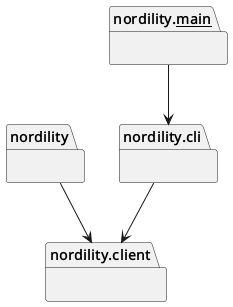
Before: docs/diagrams/python-packages.puml.png, a diagram exported from PlantUML (casonk/nordility).
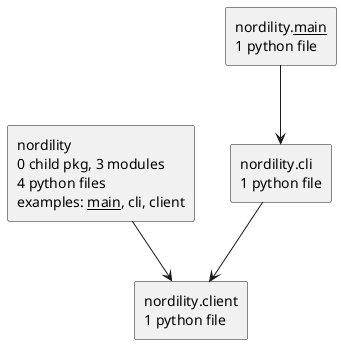
Above is the later version.

Commit message:
docs: refresh python sidecar diagrams

Diff of the diagram source:
```diff
@@ -1,13 +1,11 @@
 @startuml packages_nordility
 set namespaceSeparator none
-package "nordility" as nordility {
-}
-package "nordility.__main__" as nordility.__main__ {
-}
-package "nordility.cli" as nordility.cli {
-}
-package "nordility.client" as nordility.client {
-}
+top to bottom direction
+skinparam componentStyle rectangle
+rectangle "nordility\n0 child pkg, 3 modules\n4 python files\nexamples: __main__, cli, client" as nordility
+rectangle "nordility.__main__\n1 python file" as nordility.__main__
+rectangle "nordility.cli\n1 python file" as nordility.cli
+rectangle "nordility.client\n1 python file" as nordility.client
 nordility --> nordility.client
 nordility.__main__ --> nordility.cli
 nordility.cli --> nordility.client
```
